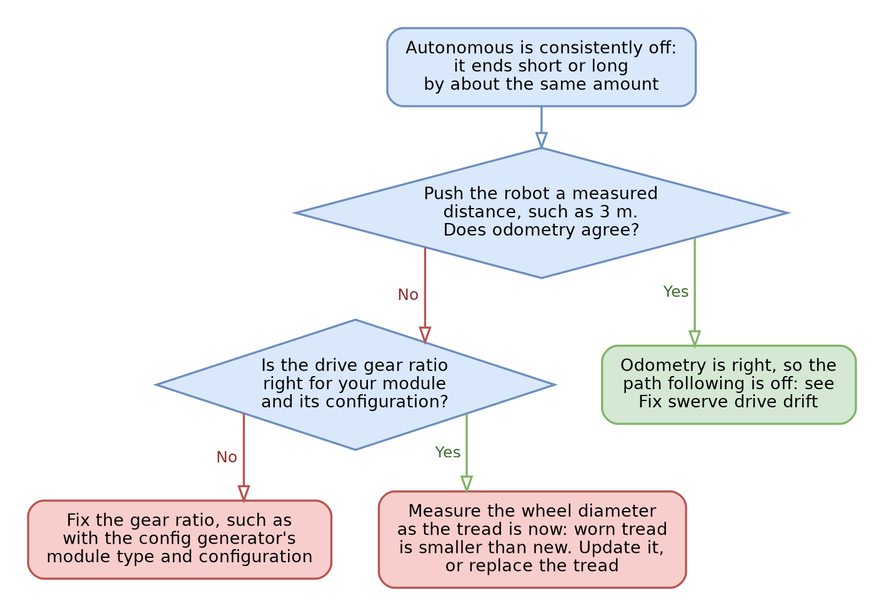
Above: .gitbook/assets/yagsl-flowchart-auto.png in Yet-Another-Software-Suite/YAGSL-gitbook (Graphviz), before the change. Its source is kept beside it as .gitbook/assets/yagsl-flowchart-auto.dot. The source it was exported from:
```dot
digraph G {
  graph [rankdir=TB, nodesep=0.5, ranksep=0.45, pad=0.3, bgcolor="white", dpi=150, splines=ortho];
  node  [fontname="DejaVu Sans", fontsize=13, margin="0.2,0.12", penwidth=1.6];
  edge  [fontname="DejaVu Sans", fontsize=12, penwidth=1.6, arrowhead=onormal, arrowsize=1.1];
  s [label="Autonomous is consistently off:\nit ends short or long\nby about the same amount", shape=box, style="rounded,filled", fillcolor="#dae8fc", color="#6c8ebf"];
  q1 [label="Push the robot a measured\ndistance, such as 3 m.\nDoes odometry agree?", shape=diamond, style=filled, fillcolor="#dae8fc", color="#6c8ebf", margin="0.05,0.05"];
  q2 [label="Is the drive gear ratio\nright for your module\nand its configuration?", shape=diamond, style=filled, fillcolor="#dae8fc", color="#6c8ebf", margin="0.05,0.05"];
  f2 [label="Fix the gear ratio, such as\nwith the config generator's\nmodule type and configuration", shape=box, style="rounded,filled", fillcolor="#f8cecc", color="#b85450"];
  f3 [label="Measure the wheel diameter\nas the tread is now: worn tread\nis smaller than new. Update it,\nor replace the tread", shape=box, style="rounded,filled", fillcolor="#f8cecc", color="#b85450"];
  d [label="Odometry is right, so the\npath following is off: see\nFix swerve drive drift", shape=box, style="rounded,filled", fillcolor="#d5e8d4", color="#82b366"];
  s -> q1 [color="#6c8ebf"];
  q1 -> q2 [xlabel=" No ", color="#b85450", fontcolor="#8c2f2b"];
  q1 -> d [xlabel=" Yes ", color="#82b366", fontcolor="#3d6b2f"];
  q2 -> f2 [xlabel=" No ", color="#b85450", fontcolor="#8c2f2b"];
  q2 -> f3 [xlabel=" Yes ", color="#82b366", fontcolor="#3d6b2f"];
}
```
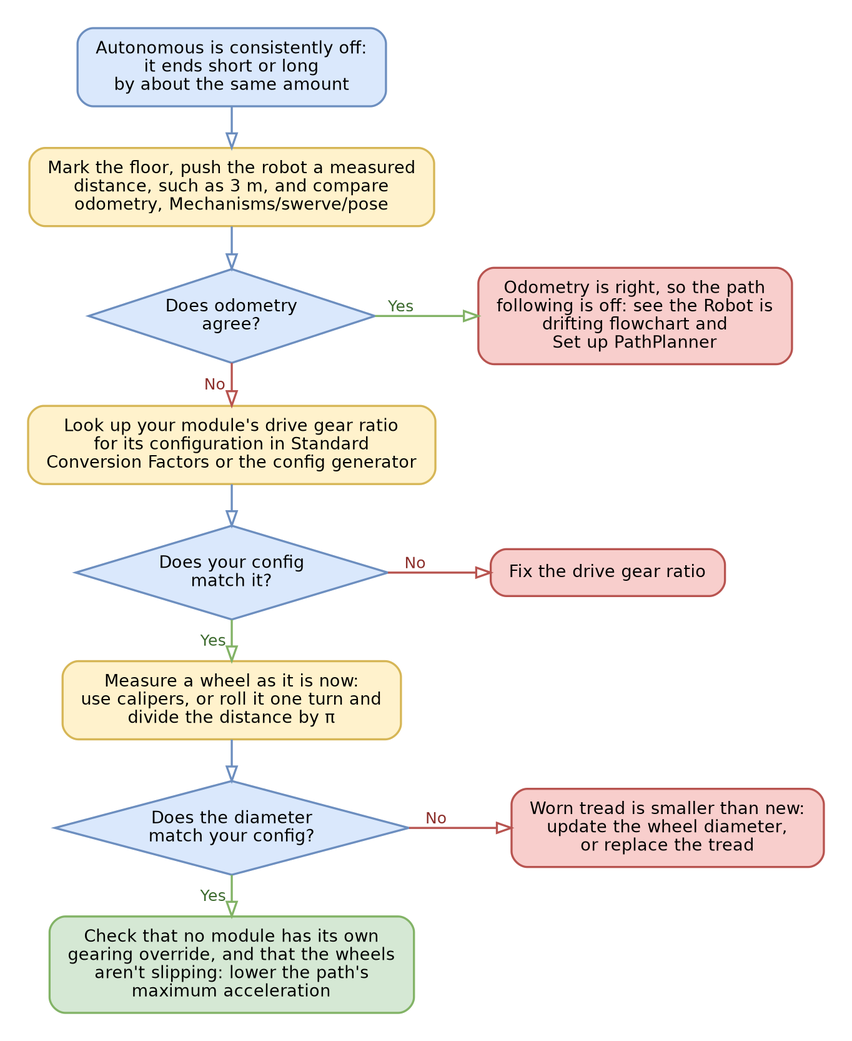
Later version of the same file.

Commit message:
Troubleshooting flowcharts: add how-to-check steps; check a module's build last

The edit, as a diff of the source:
```diff
@@ -2,15 +2,29 @@
   graph [rankdir=TB, nodesep=0.5, ranksep=0.45, pad=0.3, bgcolor="white", dpi=150, splines=ortho];
   node  [fontname="DejaVu Sans", fontsize=13, margin="0.2,0.12", penwidth=1.6];
   edge  [fontname="DejaVu Sans", fontsize=12, penwidth=1.6, arrowhead=onormal, arrowsize=1.1];
+  graph [nodesep=1.1];
   s [label="Autonomous is consistently off:\nit ends short or long\nby about the same amount", shape=box, style="rounded,filled", fillcolor="#dae8fc", color="#6c8ebf"];
-  q1 [label="Push the robot a measured\ndistance, such as 3 m.\nDoes odometry agree?", shape=diamond, style=filled, fillcolor="#dae8fc", color="#6c8ebf", margin="0.05,0.05"];
-  q2 [label="Is the drive gear ratio\nright for your module\nand its configuration?", shape=diamond, style=filled, fillcolor="#dae8fc", color="#6c8ebf", margin="0.05,0.05"];
-  f2 [label="Fix the gear ratio, such as\nwith the config generator's\nmodule type and configuration", shape=box, style="rounded,filled", fillcolor="#f8cecc", color="#b85450"];
-  f3 [label="Measure the wheel diameter\nas the tread is now: worn tread\nis smaller than new. Update it,\nor replace the tread", shape=box, style="rounded,filled", fillcolor="#f8cecc", color="#b85450"];
-  d [label="Odometry is right, so the\npath following is off: see\nFix swerve drive drift", shape=box, style="rounded,filled", fillcolor="#d5e8d4", color="#82b366"];
-  s -> q1 [color="#6c8ebf"];
-  q1 -> q2 [xlabel=" No ", color="#b85450", fontcolor="#8c2f2b"];
-  q1 -> d [xlabel=" Yes ", color="#82b366", fontcolor="#3d6b2f"];
+  h1 [label="Mark the floor, push the robot a measured\ndistance, such as 3 m, and compare\nodometry, Mechanisms/swerve/pose", shape=box, style="rounded,filled", fillcolor="#fff2cc", color="#d6b656"];
+  q1 [label="Does odometry\nagree?", shape=diamond, style=filled, fillcolor="#dae8fc", color="#6c8ebf", margin="0.05,0.05"];
+  f1 [label="Odometry is right, so the path\nfollowing is off: see the Robot is\ndrifting flowchart and\nSet up PathPlanner", shape=box, style="rounded,filled", fillcolor="#f8cecc", color="#b85450"];
+  {rank=same; q1; f1;}
+  s -> h1 [color="#6c8ebf", weight=10];
+  h1 -> q1 [color="#6c8ebf", weight=10];
+  q1 -> f1 [xlabel=" Yes ", color="#82b366", fontcolor="#3d6b2f"];
+  q1 -> h2 [xlabel=" No ", color="#b85450", fontcolor="#8c2f2b", weight=10];
+  h2 [label="Look up your module's drive gear ratio\nfor its configuration in Standard\nConversion Factors or the config generator", shape=box, style="rounded,filled", fillcolor="#fff2cc", color="#d6b656"];
+  q2 [label="Does your config\nmatch it?", shape=diamond, style=filled, fillcolor="#dae8fc", color="#6c8ebf", margin="0.05,0.05"];
+  f2 [label="Fix the drive gear ratio", shape=box, style="rounded,filled", fillcolor="#f8cecc", color="#b85450"];
+  {rank=same; q2; f2;}
+  h2 -> q2 [color="#6c8ebf", weight=10];
   q2 -> f2 [xlabel=" No ", color="#b85450", fontcolor="#8c2f2b"];
-  q2 -> f3 [xlabel=" Yes ", color="#82b366", fontcolor="#3d6b2f"];
+  q2 -> h3 [xlabel=" Yes ", color="#82b366", fontcolor="#3d6b2f", weight=10];
+  h3 [label="Measure a wheel as it is now:\nuse calipers, or roll it one turn and\ndivide the distance by π", shape=box, style="rounded,filled", fillcolor="#fff2cc", color="#d6b656"];
+  q3 [label="Does the diameter\nmatch your config?", shape=diamond, style=filled, fillcolor="#dae8fc", color="#6c8ebf", margin="0.05,0.05"];
+  f3 [label="Worn tread is smaller than new:\nupdate the wheel diameter,\nor replace the tread", shape=box, style="rounded,filled", fillcolor="#f8cecc", color="#b85450"];
+  {rank=same; q3; f3;}
+  h3 -> q3 [color="#6c8ebf", weight=10];
+  q3 -> f3 [xlabel=" No ", color="#b85450", fontcolor="#8c2f2b"];
+  q3 -> d [xlabel=" Yes ", color="#82b366", fontcolor="#3d6b2f", weight=10];
+  d [label="Check that no module has its own\ngearing override, and that the wheels\naren't slipping: lower the path's\nmaximum acceleration", shape=box, style="rounded,filled", fillcolor="#d5e8d4", color="#82b366"];
 }
```
